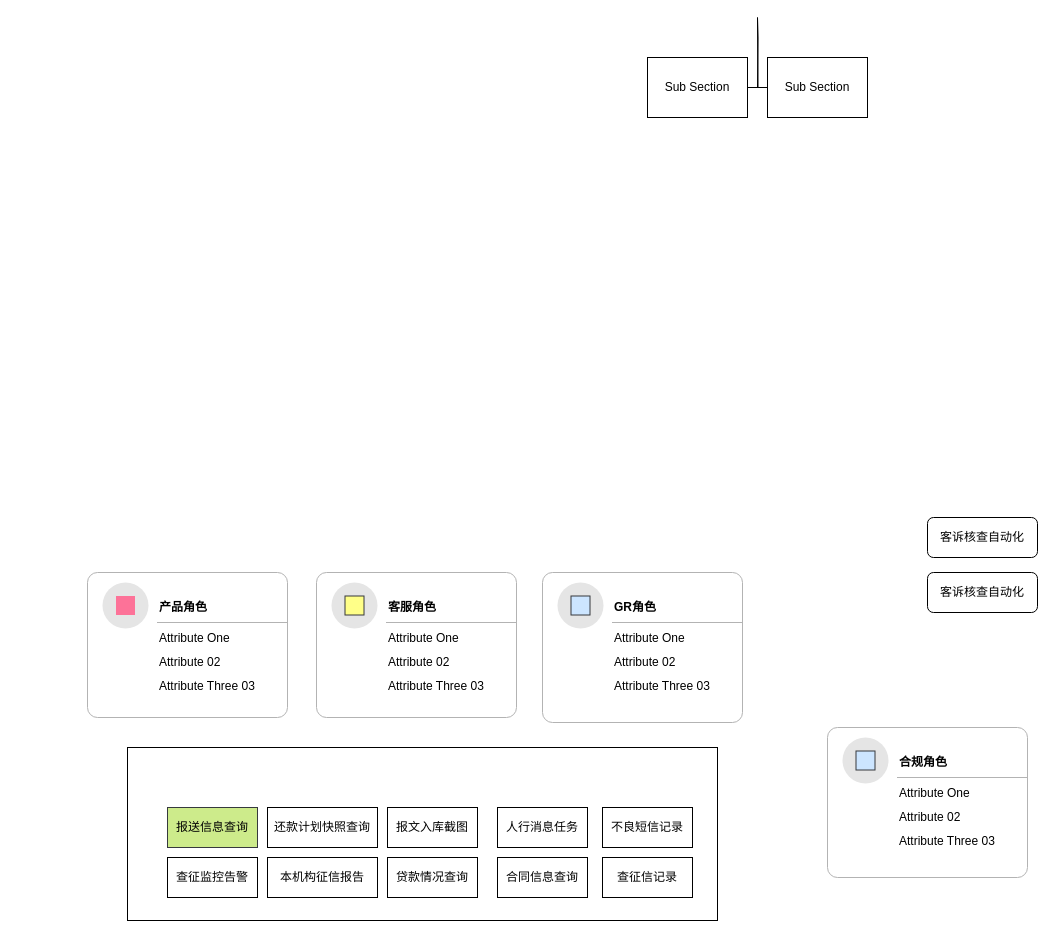
The draw.io diagram 人行征信助手规划.drawio in 1040112370/draw_file, before the edit. Source tidied: cells renumbered, new cells numbered last; positions are measured from the earlier drawing's top-left corner, leaving out a move shared by most shapes. Both pictures are drawn from the tidied source at 100%, with x=0, y=0 at pixel (87, 17).
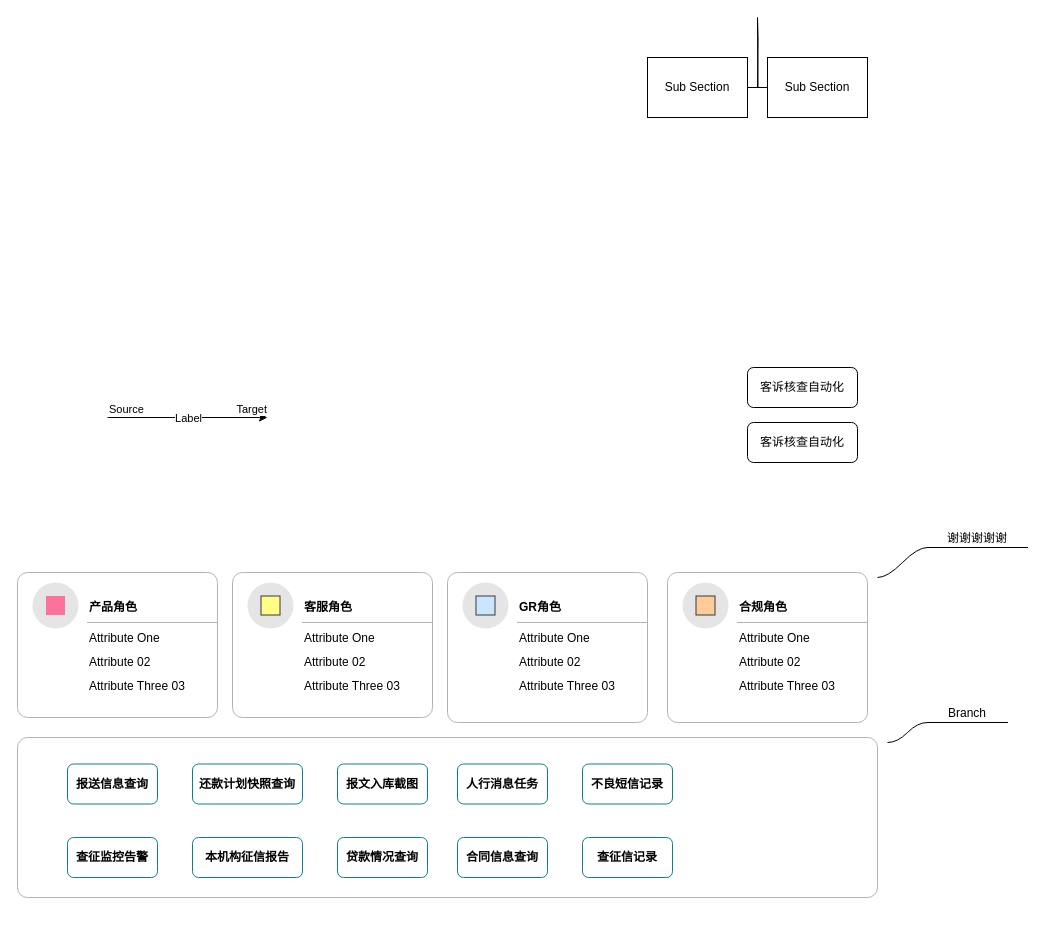
After the change.

Commit message:
更新人行征信助手规划.drawio

Unchanged cells that the change refers to:
```xml
<mxCell id="41" style="ellipse;whiteSpace=wrap;html=1;strokeColor=none;fillColor=#e5e5e5;" parent="40" vertex="1">
  <mxGeometry width="46" height="46" relative="1" as="geometry">
    <mxPoint x="15" y="10" as="offset" />
  </mxGeometry>
</mxCell>
```

The edit, as a diff of the source:
```diff
@@
-    <mxCell id="2" style="rounded=0;whiteSpace=wrap;html=1;strokeColor=default;align=center;verticalAlign=middle;fontFamily=Helvetica;fontSize=12;fontColor=default;fillColor=default;" parent="1" vertex="1">
-      <mxGeometry x="40" y="730" width="590" height="173" as="geometry" />
+    <mxCell id="2" style="rounded=1;whiteSpace=wrap;html=1;strokeColor=#B3B3B3;align=center;verticalAlign=middle;fontFamily=Helvetica;fontSize=12;fontColor=default;fillColor=default;arcSize=20;absoluteArcSize=1;" parent="1" vertex="1">
+      <mxGeometry x="-70" y="720" width="860" height="160" as="geometry" />
     </mxCell>
-    <mxCell id="3" value="&lt;span style=&quot;font-size: 12px;&quot;&gt;还款计划快照查询&lt;/span&gt;" style="rounded=0;whiteSpace=wrap;html=1;strokeColor=default;align=center;verticalAlign=middle;fontFamily=Helvetica;fontSize=12;fontColor=default;fillColor=default;" parent="1" vertex="1">
-      <mxGeometry x="180" y="790" width="110" height="40" as="geometry" />
+    <mxCell id="3" value="&lt;span style=&quot;font-size: 12px;&quot;&gt;还款计划快照查询&lt;/span&gt;" style="rounded=1;whiteSpace=wrap;html=1;strokeColor=#0e8088;align=center;verticalAlign=middle;fontFamily=Helvetica;fontSize=12;fillColor=none;fontStyle=1;" parent="1" vertex="1">
+      <mxGeometry x="105" y="746.5" width="110" height="40" as="geometry" />
     </mxCell>
-    <mxCell id="4" value="&lt;span style=&quot;font-size: 12px;&quot;&gt;报送信息查询&lt;/span&gt;" style="rounded=0;whiteSpace=wrap;html=1;fontFamily=Helvetica;fillColor=#cdeb8b;strokeColor=#36393d;" parent="1" vertex="1">
-      <mxGeometry x="80" y="790" width="90" height="40" as="geometry" />
+    <mxCell id="4" value="&lt;span style=&quot;font-size: 12px;&quot;&gt;报送信息查询&lt;/span&gt;" style="rounded=1;whiteSpace=wrap;html=1;fontFamily=Helvetica;fillColor=none;strokeColor=#0e8088;strokeWidth=1;glass=0;align=center;verticalAlign=middle;fontSize=12;fontStyle=1;" parent="1" vertex="1">
+      <mxGeometry x="-20" y="746.5" width="90" height="40" as="geometry" />
     </mxCell>
-    <mxCell id="5" value="&lt;span style=&quot;font-size: 12px;&quot;&gt;贷款情况查询&lt;/span&gt;" style="rounded=0;whiteSpace=wrap;html=1;strokeColor=default;align=center;verticalAlign=middle;fontFamily=Helvetica;fontSize=12;fontColor=default;fillColor=default;" parent="1" vertex="1">
-      <mxGeometry x="300" y="840" width="90" height="40" as="geometry" />
+    <mxCell id="5" value="&lt;span style=&quot;font-size: 12px;&quot;&gt;贷款情况查询&lt;/span&gt;" style="rounded=1;whiteSpace=wrap;html=1;strokeColor=#0e8088;align=center;verticalAlign=middle;fontFamily=Helvetica;fontSize=12;fontColor=default;fillColor=none;fontStyle=1;" parent="1" vertex="1">
+      <mxGeometry x="250" y="820" width="90" height="40" as="geometry" />
     </mxCell>
-    <mxCell id="6" value="&lt;span style=&quot;font-size: 12px;&quot;&gt;报文入库截图&lt;/span&gt;" style="rounded=0;whiteSpace=wrap;html=1;strokeColor=default;align=center;verticalAlign=middle;fontFamily=Helvetica;fontSize=12;fontColor=default;fillColor=default;" parent="1" vertex="1">
-      <mxGeometry x="300" y="790" width="90" height="40" as="geometry" />
+    <mxCell id="6" value="&lt;span style=&quot;font-size: 12px;&quot;&gt;报文入库截图&lt;/span&gt;" style="rounded=1;whiteSpace=wrap;html=1;strokeColor=#0e8088;align=center;verticalAlign=middle;fontFamily=Helvetica;fontSize=12;fillColor=none;fontStyle=1;fontColor=default;" parent="1" vertex="1">
+      <mxGeometry x="250" y="746.5" width="90" height="40" as="geometry" />
     </mxCell>
-    <mxCell id="7" value="&lt;span style=&quot;font-size: 12px;&quot;&gt;合同信息查询&lt;/span&gt;" style="rounded=0;whiteSpace=wrap;html=1;strokeColor=default;align=center;verticalAlign=middle;fontFamily=Helvetica;fontSize=12;fontColor=default;fillColor=default;" parent="1" vertex="1">
-      <mxGeometry x="410" y="840" width="90" height="40" as="geometry" />
+    <mxCell id="7" value="&lt;span style=&quot;font-size: 12px;&quot;&gt;合同信息查询&lt;/span&gt;" style="rounded=1;whiteSpace=wrap;html=1;strokeColor=#0e8088;align=center;verticalAlign=middle;fontFamily=Helvetica;fontSize=12;fontColor=default;fillColor=none;fontStyle=1;" parent="1" vertex="1">
+      <mxGeometry x="370" y="820" width="90" height="40" as="geometry" />
     </mxCell>
-    <mxCell id="8" value="&lt;span style=&quot;font-size: 12px;&quot;&gt;不良短信记录&lt;/span&gt;" style="rounded=0;whiteSpace=wrap;html=1;strokeColor=default;align=center;verticalAlign=middle;fontFamily=Helvetica;fontSize=12;fontColor=default;fillColor=default;" parent="1" vertex="1">
-      <mxGeometry x="515" y="790" width="90" height="40" as="geometry" />
+    <mxCell id="8" value="&lt;span style=&quot;font-size: 12px;&quot;&gt;不良短信记录&lt;/span&gt;" style="rounded=1;whiteSpace=wrap;html=1;strokeColor=#0e8088;align=center;verticalAlign=middle;fontFamily=Helvetica;fontSize=12;fontColor=default;fillColor=none;fontStyle=1;" parent="1" vertex="1">
+      <mxGeometry x="495" y="746.5" width="90" height="40" as="geometry" />
     </mxCell>
     <mxCell id="9" value="客诉核查自动化" style="rounded=1;whiteSpace=wrap;html=1;" parent="1" vertex="1">
-      <mxGeometry x="840" y="555" width="110" height="40" as="geometry" />
+      <mxGeometry x="660" y="405" width="110" height="40" as="geometry" />
     </mxCell>
-    <mxCell id="10" value="&lt;span style=&quot;font-size: 12px;&quot;&gt;查征信记录&lt;/span&gt;" style="rounded=0;whiteSpace=wrap;html=1;strokeColor=default;align=center;verticalAlign=middle;fontFamily=Helvetica;fontSize=12;fontColor=default;fillColor=default;" parent="1" vertex="1">
-      <mxGeometry x="515" y="840" width="90" height="40" as="geometry" />
+    <mxCell id="10" value="&lt;span style=&quot;font-size: 12px;&quot;&gt;查征信记录&lt;/span&gt;" style="rounded=1;whiteSpace=wrap;html=1;strokeColor=#0e8088;align=center;verticalAlign=middle;fontFamily=Helvetica;fontSize=12;fontColor=default;fillColor=none;fontStyle=1;" parent="1" vertex="1">
+      <mxGeometry x="495" y="820" width="90" height="40" as="geometry" />
     </mxCell>
-    <mxCell id="11" value="&lt;span style=&quot;font-size: 12px;&quot;&gt;人行消息任务&lt;/span&gt;" style="rounded=0;whiteSpace=wrap;html=1;strokeColor=default;align=center;verticalAlign=middle;fontFamily=Helvetica;fontSize=12;fontColor=default;fillColor=default;" parent="1" vertex="1">
-      <mxGeometry x="410" y="790" width="90" height="40" as="geometry" />
+    <mxCell id="11" value="&lt;span style=&quot;font-size: 12px;&quot;&gt;人行消息任务&lt;/span&gt;" style="rounded=1;whiteSpace=wrap;html=1;strokeColor=#0e8088;align=center;verticalAlign=middle;fontFamily=Helvetica;fontSize=12;fontColor=default;fillColor=none;fontStyle=1;" parent="1" vertex="1">
+      <mxGeometry x="370" y="746.5" width="90" height="40" as="geometry" />
     </mxCell>
-    <mxCell id="12" value="&lt;span style=&quot;font-size: 12px;&quot;&gt;查征监控告警&lt;/span&gt;" style="rounded=0;whiteSpace=wrap;html=1;fontFamily=Helvetica;strokeColor=default;align=center;verticalAlign=middle;fontSize=12;fontColor=default;fillColor=default;" parent="1" vertex="1">
-      <mxGeometry x="80" y="840" width="90" height="40" as="geometry" />
+    <mxCell id="12" value="&lt;span style=&quot;font-size: 12px;&quot;&gt;查征监控告警&lt;/span&gt;" style="rounded=1;whiteSpace=wrap;html=1;fontFamily=Helvetica;strokeColor=#0e8088;align=center;verticalAlign=middle;fontSize=12;fontColor=default;fillColor=none;fontStyle=1;" parent="1" vertex="1">
+      <mxGeometry x="-20" y="820" width="90" height="40" as="geometry" />
     </mxCell>
-    <mxCell id="13" value="&lt;span style=&quot;font-size: 12px;&quot;&gt;本机构征信报告&lt;/span&gt;" style="rounded=0;whiteSpace=wrap;html=1;fontFamily=Helvetica;strokeColor=default;align=center;verticalAlign=middle;fontSize=12;fontColor=default;fillColor=default;" parent="1" vertex="1">
-      <mxGeometry x="180" y="840" width="110" height="40" as="geometry" />
+    <mxCell id="13" value="&lt;span style=&quot;font-size: 12px;&quot;&gt;本机构征信报告&lt;/span&gt;" style="rounded=1;whiteSpace=wrap;html=1;fontFamily=Helvetica;strokeColor=#0e8088;align=center;verticalAlign=middle;fontSize=12;fontColor=default;fillColor=none;fontStyle=1;" parent="1" vertex="1">
+      <mxGeometry x="105" y="820" width="110" height="40" as="geometry" />
     </mxCell>
     <mxCell id="14" value="客诉核查自动化" style="rounded=1;whiteSpace=wrap;html=1;" parent="1" vertex="1">
-      <mxGeometry x="840" y="500" width="110" height="40" as="geometry" />
+      <mxGeometry x="660" y="350" width="110" height="40" as="geometry" />
     </mxCell>
@@
     <mxCell id="19" style="rounded=1;whiteSpace=wrap;html=1;strokeColor=#B3B3B3;arcSize=20;absoluteArcSize=1;" parent="1" vertex="1">
-      <mxGeometry y="555" width="200" height="145" as="geometry" />
+      <mxGeometry x="-70" y="555" width="200" height="145" as="geometry" />
     </mxCell>
@@
     <mxCell id="26" style="rounded=1;whiteSpace=wrap;html=1;strokeColor=#B3B3B3;arcSize=20;absoluteArcSize=1;" parent="1" vertex="1">
-      <mxGeometry x="229" y="555" width="200" height="145" as="geometry" />
+      <mxGeometry x="145" y="555" width="200" height="145" as="geometry" />
     </mxCell>
@@
     <mxCell id="33" style="rounded=1;whiteSpace=wrap;html=1;strokeColor=#B3B3B3;arcSize=20;absoluteArcSize=1;" parent="1" vertex="1">
-      <mxGeometry x="455" y="555" width="200" height="150" as="geometry" />
+      <mxGeometry x="360" y="555" width="200" height="150" as="geometry" />
     </mxCell>
@@
     <mxCell id="40" style="rounded=1;whiteSpace=wrap;html=1;strokeColor=#B3B3B3;arcSize=20;absoluteArcSize=1;" parent="1" vertex="1">
-      <mxGeometry x="740" y="710" width="200" height="150" as="geometry" />
+      <mxGeometry x="580" y="555" width="200" height="150" as="geometry" />
     </mxCell>
@@
-    <mxCell id="42" style="html=1;strokeColor=#36393d;fillColor=#cce5ff;" parent="41" vertex="1">
+    <mxCell id="42" style="html=1;strokeColor=#36393d;fillColor=#ffcc99;" parent="41" vertex="1">
       <mxGeometry x="0.5" y="0.5" width="19" height="19" relative="1" as="geometry">
         <mxPoint x="-9.5" y="-9.5" as="offset" />
       </mxGeometry>
     </mxCell>
@@
+    <mxCell id="47" value="谢谢谢谢谢" style="whiteSpace=wrap;html=1;shape=partialRectangle;top=0;left=0;bottom=1;right=0;points=[[0,1],[1,1]];fillColor=none;align=center;verticalAlign=bottom;routingCenterY=0.5;snapToPoint=1;newEdgeStyle={&quot;edgeStyle&quot;:&quot;entityRelationEdgeStyle&quot;,&quot;startArrow&quot;:&quot;none&quot;,&quot;endArrow&quot;:&quot;none&quot;,&quot;segment&quot;:10,&quot;curved&quot;:1,&quot;sourcePerimeterSpacing&quot;:0,&quot;targetPerimeterSpacing&quot;:0};" parent="1" vertex="1">
+      <mxGeometry x="840" y="500" width="100" height="30" as="geometry" />
+    </mxCell>
+    <mxCell id="48" style="edgeStyle=entityRelationEdgeStyle;startArrow=none;endArrow=none;segment=10;curved=1;sourcePerimeterSpacing=0;targetPerimeterSpacing=0;rounded=0;" parent="1" edge="1" target="47">
+      <mxGeometry relative="1" as="geometry">
+        <mxPoint x="790" y="560" as="sourcePoint" />
+      </mxGeometry>
+    </mxCell>
+    <mxCell id="49" style="endArrow=classic;html=1;rounded=0;" parent="1" edge="1">
+      <mxGeometry relative="1" as="geometry">
+        <mxPoint x="20" y="400" as="sourcePoint" />
+        <mxPoint x="180" y="400" as="targetPoint" />
+      </mxGeometry>
+    </mxCell>
+    <mxCell id="50" value="Label" style="edgeLabel;html=1;align=center;verticalAlign=middle;" parent="49" vertex="1">
+      <mxGeometry relative="1" as="geometry" />
+    </mxCell>
+    <mxCell id="51" value="Source" style="edgeLabel;html=1;align=left;verticalAlign=bottom;" parent="49" vertex="1">
+      <mxGeometry x="-1" relative="1" as="geometry" />
+    </mxCell>
+    <mxCell id="52" value="Target" style="edgeLabel;html=1;align=right;verticalAlign=bottom;" parent="49" vertex="1">
+      <mxGeometry x="1" relative="1" as="geometry" />
+    </mxCell>
+    <mxCell id="53" value="Branch" style="whiteSpace=wrap;html=1;shape=partialRectangle;top=0;left=0;bottom=1;right=0;points=[[0,1],[1,1]];fillColor=none;align=center;verticalAlign=bottom;routingCenterY=0.5;snapToPoint=1;newEdgeStyle={&quot;edgeStyle&quot;:&quot;entityRelationEdgeStyle&quot;,&quot;startArrow&quot;:&quot;none&quot;,&quot;endArrow&quot;:&quot;none&quot;,&quot;segment&quot;:10,&quot;curved&quot;:1,&quot;sourcePerimeterSpacing&quot;:0,&quot;targetPerimeterSpacing&quot;:0};" parent="1" vertex="1">
+      <mxGeometry x="840" y="675" width="80" height="30" as="geometry" />
+    </mxCell>
+    <mxCell id="54" style="edgeStyle=entityRelationEdgeStyle;startArrow=none;endArrow=none;segment=10;curved=1;sourcePerimeterSpacing=0;targetPerimeterSpacing=0;rounded=0;" parent="1" edge="1" target="53">
+      <mxGeometry relative="1" as="geometry">
+        <mxPoint x="800" y="725" as="sourcePoint" />
+      </mxGeometry>
+    </mxCell>
```
